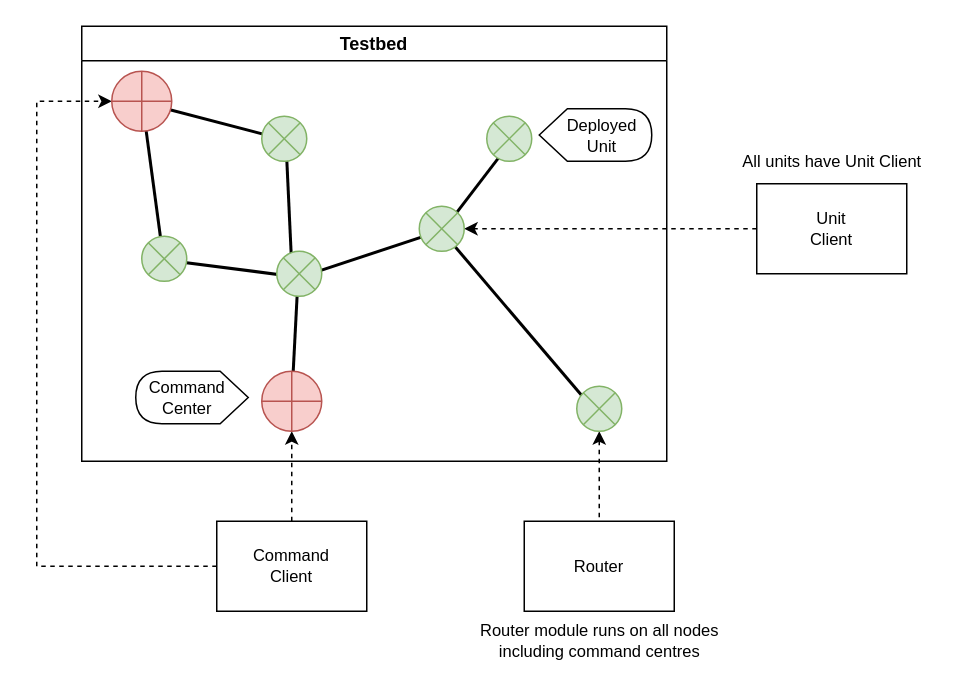
mido3ds/C4IAN keeps this draw.io diagram as page "Page-1" (1 of 2) of docs/figures/modules_diagram.drawio. Above is the earlier version. Source tidied: cells renumbered, new cells numbered last; positions are measured from the earlier drawing's top-left corner, leaving out a move shared by most shapes. Both pictures are drawn from the tidied source at 150%, with x=0, y=0 at pixel (36, 26).
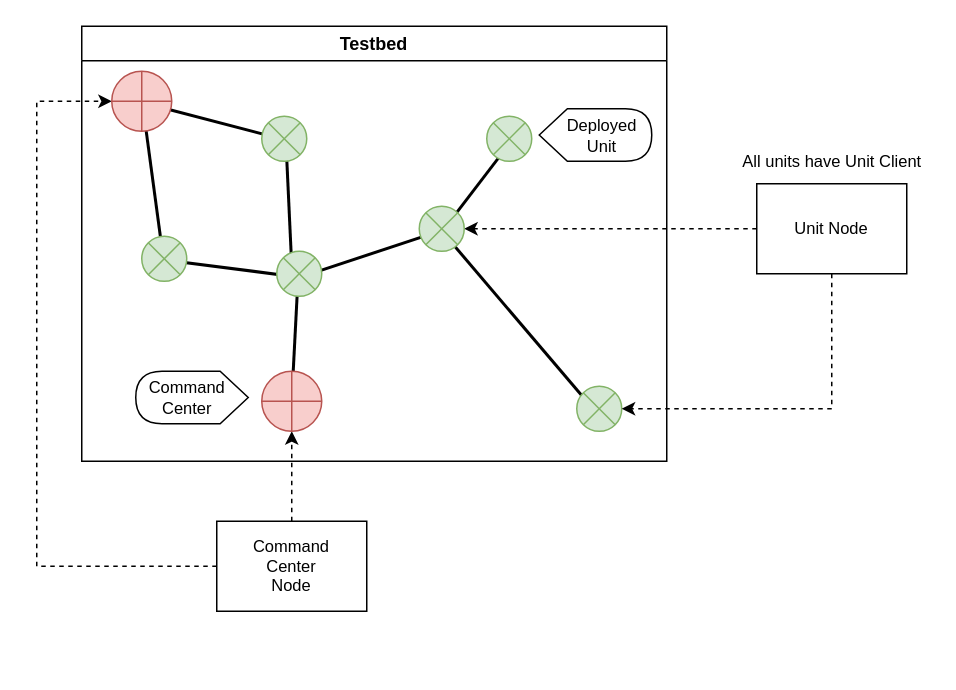
The same page after the edit.

Commit message (it also covers changes not shown here):
Updated the nodes diagram

The change refers to these unchanged cells:
```xml
<mxCell id="17" style="shape=sumEllipse;perimeter=ellipsePerimeter;whiteSpace=wrap;html=1;backgroundOutline=1;fillColor=#d5e8d4;strokeColor=#82b366;" parent="7" vertex="1">
  <mxGeometry x="330" y="240" width="30" height="30" as="geometry" />
</mxCell>
```

What changed in the source:
```diff
@@
-    <mxCell id="5" style="elbow=vertical;startArrow=classic;endArrow=none;strokeColor=#000000;strokeWidth=1;fontSize=11;dashed=1;exitX=0.5;exitY=1;exitDx=0;exitDy=0;endFill=0;startFill=1;" parent="1" edge="1" source="17" target="25">
-      <mxGeometry relative="1" as="geometry" />
-    </mxCell>
@@
-    <mxCell id="25" value="Router" style="whiteSpace=wrap;html=1;align=center;verticalAlign=middle;newEdgeStyle={&quot;edgeStyle&quot;:&quot;elbowEdgeStyle&quot;,&quot;startArrow&quot;:&quot;none&quot;,&quot;endArrow&quot;:&quot;none&quot;};fontSize=11;labelPosition=center;verticalLabelPosition=middle;imageAspect=1;" parent="1" vertex="1">
-      <mxGeometry x="325" y="330" width="100" height="60" as="geometry" />
-    </mxCell>
-    <mxCell id="26" value="Router module runs on all nodes&lt;br&gt;including command centres" style="text;html=1;align=center;verticalAlign=middle;fontSize=11;" parent="1" vertex="1">
-      <mxGeometry x="290" y="395" width="170" height="30" as="geometry" />
-    </mxCell>
-    <mxCell id="27" value="Unit&lt;br&gt;Client" style="whiteSpace=wrap;html=1;align=center;verticalAlign=middle;newEdgeStyle={&quot;edgeStyle&quot;:&quot;elbowEdgeStyle&quot;,&quot;startArrow&quot;:&quot;none&quot;,&quot;endArrow&quot;:&quot;none&quot;};fontSize=11;sketch=0;" parent="1" vertex="1">
+    <mxCell id="27" value="Unit Node" style="whiteSpace=wrap;html=1;align=center;verticalAlign=middle;newEdgeStyle={&quot;edgeStyle&quot;:&quot;elbowEdgeStyle&quot;,&quot;startArrow&quot;:&quot;none&quot;,&quot;endArrow&quot;:&quot;none&quot;};fontSize=11;sketch=0;" parent="1" vertex="1">
       <mxGeometry x="480" y="105" width="100" height="60" as="geometry" />
     </mxCell>
@@
-    <mxCell id="29" value="Command&lt;br&gt;Client" style="whiteSpace=wrap;html=1;align=center;verticalAlign=middle;newEdgeStyle={&quot;edgeStyle&quot;:&quot;elbowEdgeStyle&quot;,&quot;startArrow&quot;:&quot;none&quot;,&quot;endArrow&quot;:&quot;none&quot;};fontSize=11;" parent="1" vertex="1">
+    <mxCell id="29" value="Command&lt;br&gt;Center&lt;br&gt;Node" style="whiteSpace=wrap;html=1;align=center;verticalAlign=middle;newEdgeStyle={&quot;edgeStyle&quot;:&quot;elbowEdgeStyle&quot;,&quot;startArrow&quot;:&quot;none&quot;,&quot;endArrow&quot;:&quot;none&quot;};fontSize=11;" parent="1" vertex="1">
       <mxGeometry x="120" y="330" width="100" height="60" as="geometry" />
     </mxCell>
+    <mxCell id="30" style="rounded=0;jettySize=auto;html=1;exitX=0.5;exitY=1;exitDx=0;exitDy=0;entryX=1;entryY=0.5;entryDx=0;entryDy=0;strokeColor=#000000;strokeWidth=1;fontSize=11;endArrow=classic;endFill=1;dashed=1;startArrow=none;startFill=0;" parent="1" edge="1" source="27" target="17">
+      <mxGeometry relative="1" as="geometry">
+        <Array as="points">
+          <mxPoint x="530" y="255" />
+        </Array>
+      </mxGeometry>
+    </mxCell>
```
